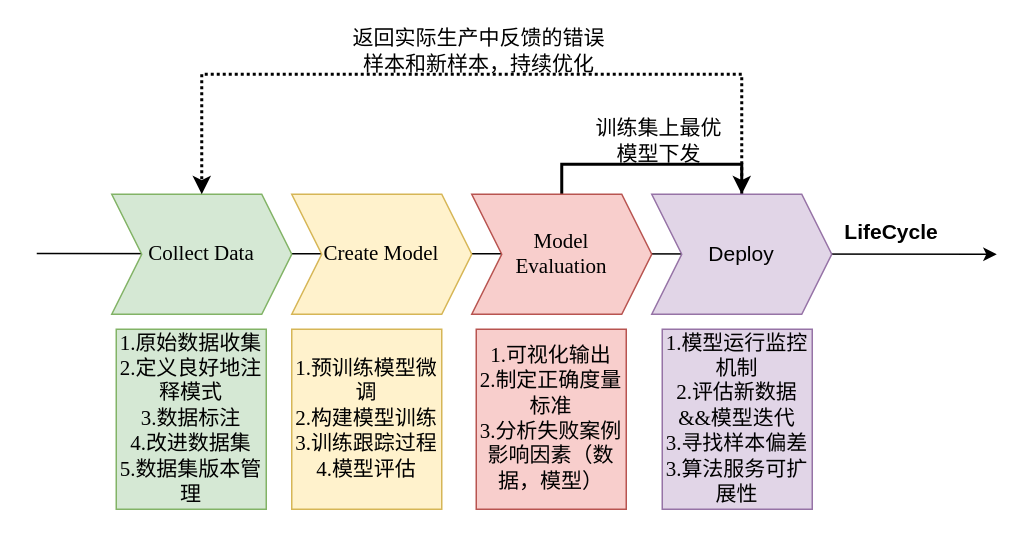
Before: AI算法生命周期.drawio in paleblackless/diagrams, a draw.io diagram. Source tidied: cells renumbered, new cells numbered last; positions are measured from the earlier drawing's top-left corner, leaving out a move shared by most shapes. Both pictures are drawn from the tidied source at 150%, with x=0, y=0 at pixel (36, 28).
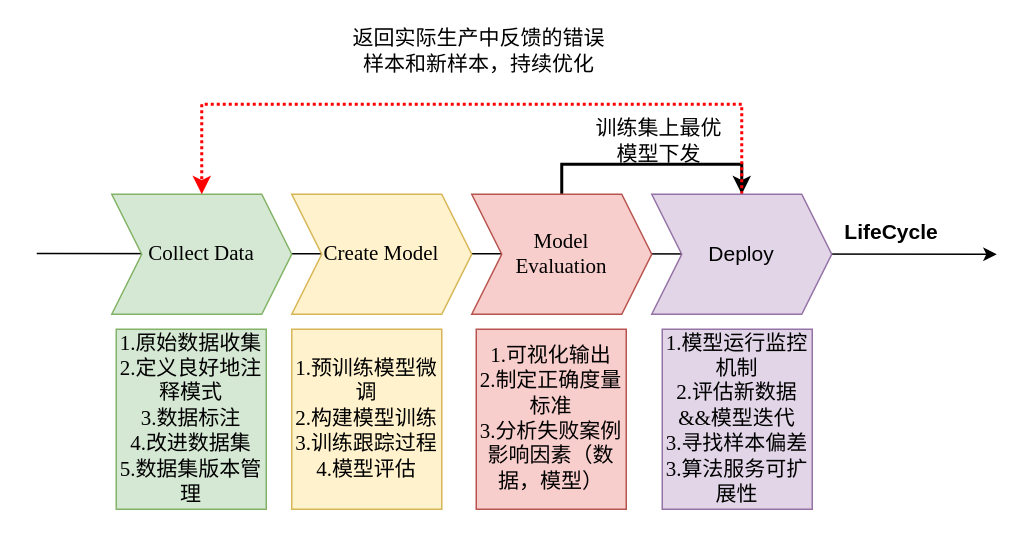
The same diagram, later.

Commit message:
更新AI算法生命周期.drawio

The edit, as a diff of the source:
```diff
@@
 <mxGraphModel>
   <root>
     <mxCell id="0" />
     <mxCell id="1" parent="0" />
     <mxCell id="2" style="endArrow=classic;html=1;rounded=0;" parent="1" edge="1">
       <mxGeometry relative="1" as="geometry">
         <mxPoint y="149.5" as="sourcePoint" />
         <mxPoint x="640" y="150" as="targetPoint" />
       </mxGeometry>
     </mxCell>
     <mxCell id="3" value="Collect Data" style="shape=step;perimeter=stepPerimeter;whiteSpace=wrap;html=1;fixedSize=1;fillColor=#d5e8d4;strokeColor=#82b366;fontFamily=Times New Roman;fontSize=14;" parent="1" vertex="1">
       <mxGeometry x="50" y="110" width="120" height="80" as="geometry" />
     </mxCell>
     <mxCell id="4" value="Create Model" style="shape=step;perimeter=stepPerimeter;whiteSpace=wrap;html=1;fixedSize=1;fillColor=#fff2cc;strokeColor=#d6b656;fontFamily=Times New Roman;fontSize=14;" parent="1" vertex="1">
       <mxGeometry x="170" y="110" width="120" height="80" as="geometry" />
     </mxCell>
     <mxCell id="5" style="edgeStyle=orthogonalEdgeStyle;rounded=0;jettySize=auto;html=1;exitX=0.5;exitY=0;exitDx=0;exitDy=0;entryX=0.5;entryY=0;entryDx=0;entryDy=0;strokeWidth=2;fontFamily=Times New Roman;fontSize=14;" parent="1" edge="1" source="6" target="8">
       <mxGeometry relative="1" as="geometry" />
     </mxCell>
     <mxCell id="6" value="Model &lt;br&gt;Evaluation" style="shape=step;perimeter=stepPerimeter;whiteSpace=wrap;html=1;fixedSize=1;fillColor=#f8cecc;strokeColor=#b85450;fontFamily=Times New Roman;fontSize=14;" parent="1" vertex="1">
       <mxGeometry x="290" y="110" width="120" height="80" as="geometry" />
     </mxCell>
-    <mxCell id="7" style="edgeStyle=orthogonalEdgeStyle;rounded=0;jettySize=auto;html=1;exitX=0.5;exitY=0;exitDx=0;exitDy=0;entryX=0.5;entryY=0;entryDx=0;entryDy=0;fontFamily=Times New Roman;fontSize=14;dashed=1;dashPattern=1 1;strokeWidth=2;" parent="1" edge="1" source="8" target="3">
+    <mxCell id="7" style="edgeStyle=orthogonalEdgeStyle;rounded=0;jettySize=auto;html=1;exitX=0.5;exitY=0;exitDx=0;exitDy=0;entryX=0.5;entryY=0;entryDx=0;entryDy=0;fontFamily=Times New Roman;fontSize=14;dashed=1;dashPattern=1 1;strokeWidth=2;strokeColor=#FF0000;" parent="1" edge="1" source="8" target="3">
       <mxGeometry relative="1" as="geometry">
         <Array as="points">
-          <mxPoint x="470" y="30" />
-          <mxPoint x="110" y="30" />
+          <mxPoint x="470" y="50" />
+          <mxPoint x="110" y="50" />
         </Array>
       </mxGeometry>
     </mxCell>
     <mxCell id="8" value="Deploy" style="shape=step;perimeter=stepPerimeter;whiteSpace=wrap;html=1;fixedSize=1;fillColor=#e1d5e7;strokeColor=#9673a6;fontSize=14;" parent="1" vertex="1">
       <mxGeometry x="410" y="110" width="120" height="80" as="geometry" />
     </mxCell>
     <mxCell id="9" value="&lt;b&gt;&lt;font style=&quot;font-size: 14px;&quot;&gt;LifeCycle&lt;/font&gt;&lt;/b&gt;" style="text;html=1;strokeColor=none;fillColor=none;align=center;verticalAlign=middle;whiteSpace=wrap;rounded=0;" parent="1" vertex="1">
       <mxGeometry x="540" y="120" width="60" height="30" as="geometry" />
     </mxCell>
     <mxCell id="10" value="1.原始数据收集&lt;br&gt;2.定义良好地注释模式&lt;br&gt;3.数据标注&lt;br&gt;4.改进数据集&lt;br&gt;5.数据集版本管理" style="text;html=1;strokeColor=#82b366;fillColor=#d5e8d4;align=center;verticalAlign=middle;whiteSpace=wrap;rounded=0;fontSize=14;fontFamily=Times New Roman;" parent="1" vertex="1">
       <mxGeometry x="53" y="200" width="100" height="120" as="geometry" />
     </mxCell>
     <mxCell id="11" value="1.预训练模型微调&lt;br&gt;2.构建模型训练&lt;br&gt;3.训练跟踪过程4.模型评估" style="text;html=1;strokeColor=#d6b656;fillColor=#fff2cc;align=center;verticalAlign=middle;whiteSpace=wrap;rounded=0;fontSize=14;fontFamily=Times New Roman;" parent="1" vertex="1">
       <mxGeometry x="170" y="200" width="100" height="120" as="geometry" />
     </mxCell>
     <mxCell id="12" value="1.可视化输出&lt;br&gt;2.制定正确度量标准&lt;br&gt;3.分析失败案例影响因素（数据，模型）" style="text;html=1;strokeColor=#b85450;fillColor=#f8cecc;align=center;verticalAlign=middle;whiteSpace=wrap;rounded=0;fontSize=14;fontFamily=Times New Roman;" parent="1" vertex="1">
       <mxGeometry x="293" y="200" width="100" height="120" as="geometry" />
     </mxCell>
     <mxCell id="13" value="1.模型运行监控机制&lt;br&gt;2.评估新数据&amp;amp;&amp;amp;模型迭代&lt;br&gt;3.寻找样本偏差&lt;br&gt;3.算法服务可扩展性" style="text;html=1;strokeColor=#9673a6;fillColor=#e1d5e7;align=center;verticalAlign=middle;whiteSpace=wrap;rounded=0;fontSize=14;fontFamily=Times New Roman;" parent="1" vertex="1">
       <mxGeometry x="417" y="200" width="100" height="120" as="geometry" />
     </mxCell>
     <mxCell id="14" value="训练集上最优模型下发" style="text;html=1;strokeColor=none;fillColor=none;align=center;verticalAlign=middle;whiteSpace=wrap;rounded=0;fontSize=14;fontFamily=Times New Roman;" parent="1" vertex="1">
       <mxGeometry x="370" y="60" width="90" height="30" as="geometry" />
     </mxCell>
     <mxCell id="15" value="返回实际生产中反馈的错误样本和新样本，持续优化" style="text;html=1;strokeColor=none;fillColor=none;align=center;verticalAlign=middle;whiteSpace=wrap;rounded=0;fontSize=14;fontFamily=Times New Roman;" parent="1" vertex="1">
       <mxGeometry x="210" width="170" height="30" as="geometry" />
     </mxCell>
   </root>
 </mxGraphModel>
```
